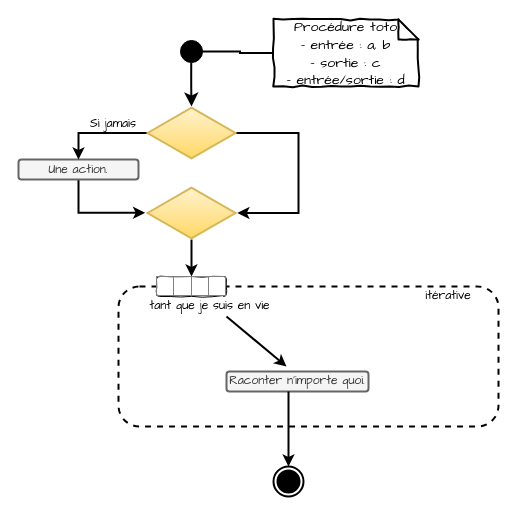
deadLocks21/C.A.R.O. keeps this draw.io diagram as diagrames_types/procedure.drawio. Above is the earlier version. Source tidied: cells renumbered, new cells numbered last; positions are measured from the earlier drawing's top-left corner, leaving out a move shared by most shapes. Both pictures are drawn from the tidied source at 100%, with x=0, y=0 at pixel (18, 19).
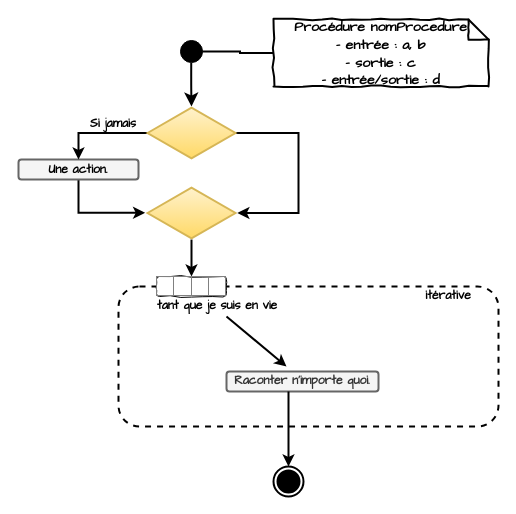
Above is the later version.

Change to the diagram source:
```diff
@@
-    <mxCell id="6" value="&lt;font face=&quot;Comic Sans MS&quot;&gt;Une action.&lt;/font&gt;" style="rounded=1;whiteSpace=wrap;html=1;strokeColor=#666666;strokeWidth=2;fillColor=#f5f5f5;fontColor=#333333;" parent="1" vertex="1">
+    <mxCell id="6" value="&lt;font face=&quot;Comic Sans MS&quot;&gt;Une action.&lt;/font&gt;" style="rounded=1;whiteSpace=wrap;html=1;strokeColor=#666666;strokeWidth=2;fillColor=#f5f5f5;fontColor=#000000;fontStyle=1;" parent="1" vertex="1">
       <mxGeometry y="140" width="120" height="20" as="geometry" />
     </mxCell>
@@
-    <mxCell id="12" value="&lt;font face=&quot;Comic Sans MS&quot;&gt;Si jamais&lt;/font&gt;" style="text;html=1;strokeColor=none;fillColor=none;align=center;verticalAlign=middle;whiteSpace=wrap;rounded=0;" parent="1" vertex="1">
+    <mxCell id="12" value="&lt;font face=&quot;Comic Sans MS&quot;&gt;Si jamais&lt;/font&gt;" style="text;html=1;strokeColor=none;fillColor=none;align=center;verticalAlign=middle;whiteSpace=wrap;rounded=0;fontStyle=1;" parent="1" vertex="1">
       <mxGeometry x="60" y="93.5" width="70" height="20" as="geometry" />
     </mxCell>
@@
-    <mxCell id="15" value="itérative" style="text;html=1;strokeColor=none;fillColor=none;align=center;verticalAlign=middle;whiteSpace=wrap;rounded=0;shadow=0;glass=0;comic=1;fontFamily=Comic Sans MS;" parent="1" vertex="1">
+    <mxCell id="15" value="itérative" style="text;html=1;strokeColor=none;fillColor=none;align=center;verticalAlign=middle;whiteSpace=wrap;rounded=0;shadow=0;glass=0;comic=1;fontFamily=Comic Sans MS;fontStyle=1;" parent="1" vertex="1">
       <mxGeometry x="410" y="267" width="40" height="20" as="geometry" />
     </mxCell>
-    <mxCell id="16" value="tant que je suis en vie" style="text;html=1;strokeColor=none;fillColor=none;align=center;verticalAlign=middle;whiteSpace=wrap;rounded=0;shadow=0;glass=0;comic=1;fontFamily=Comic Sans MS;" parent="1" vertex="1">
-      <mxGeometry x="128" y="277" width="127" height="20" as="geometry" />
+    <mxCell id="16" value="tant que je suis en vie" style="text;html=1;strokeColor=none;fillColor=none;align=center;verticalAlign=middle;whiteSpace=wrap;rounded=0;shadow=0;glass=0;comic=1;fontFamily=Comic Sans MS;fontStyle=1;" parent="1" vertex="1">
+      <mxGeometry x="128" y="277" width="142" height="20" as="geometry" />
     </mxCell>
-    <mxCell id="17" value="&lt;font&gt;Raconter n'importe quoi.&lt;/font&gt;" style="rounded=1;whiteSpace=wrap;html=1;strokeColor=#666666;strokeWidth=2;fillColor=#f5f5f5;fontColor=#333333;fontFamily=Comic Sans MS;" parent="1" vertex="1">
-      <mxGeometry x="208" y="352" width="142" height="20" as="geometry" />
+    <mxCell id="17" value="&lt;font&gt;Raconter n'importe quoi.&lt;/font&gt;" style="rounded=1;whiteSpace=wrap;html=1;strokeColor=#666666;strokeWidth=2;fillColor=#f5f5f5;fontColor=#333333;fontFamily=Comic Sans MS;fontStyle=1;" parent="1" vertex="1">
+      <mxGeometry x="208" y="352" width="152" height="20" as="geometry" />
     </mxCell>
@@
-    <mxCell id="21" value="&lt;div&gt;&lt;font face=&quot;Comic Sans MS&quot;&gt;Procédure toto&lt;/font&gt;&lt;/div&gt;&lt;div&gt;&lt;font face=&quot;Comic Sans MS&quot;&gt;- entrée : a, b&lt;/font&gt;&lt;/div&gt;&lt;div&gt;&lt;font face=&quot;Comic Sans MS&quot;&gt;- sortie : c&lt;/font&gt;&lt;/div&gt;&lt;div&gt;&lt;font face=&quot;Comic Sans MS&quot;&gt;- entrée/sortie : d&lt;/font&gt;&lt;/div&gt;" style="shape=note;strokeWidth=2;fontSize=14;size=20;whiteSpace=wrap;html=1;rounded=1;shadow=0;glass=0;comic=1;fillColor=#FFFFFF;gradientColor=none;" parent="1" vertex="1">
-      <mxGeometry x="255" width="145" height="67" as="geometry" />
+    <mxCell id="21" value="&lt;div&gt;&lt;font face=&quot;Comic Sans MS&quot;&gt;Procédure nomProcedure&lt;/font&gt;&lt;/div&gt;&lt;div&gt;&lt;font face=&quot;Comic Sans MS&quot;&gt;- entrée : a, b&lt;/font&gt;&lt;/div&gt;&lt;div&gt;&lt;font face=&quot;Comic Sans MS&quot;&gt;- sortie : c&lt;/font&gt;&lt;/div&gt;&lt;div&gt;&lt;font face=&quot;Comic Sans MS&quot;&gt;- entrée/sortie : d&lt;/font&gt;&lt;/div&gt;" style="shape=note;strokeWidth=2;fontSize=14;size=20;whiteSpace=wrap;html=1;rounded=1;shadow=0;glass=0;comic=1;fillColor=#FFFFFF;gradientColor=none;fontStyle=1;" parent="1" vertex="1">
+      <mxGeometry x="255" width="215" height="67" as="geometry" />
     </mxCell>
```
